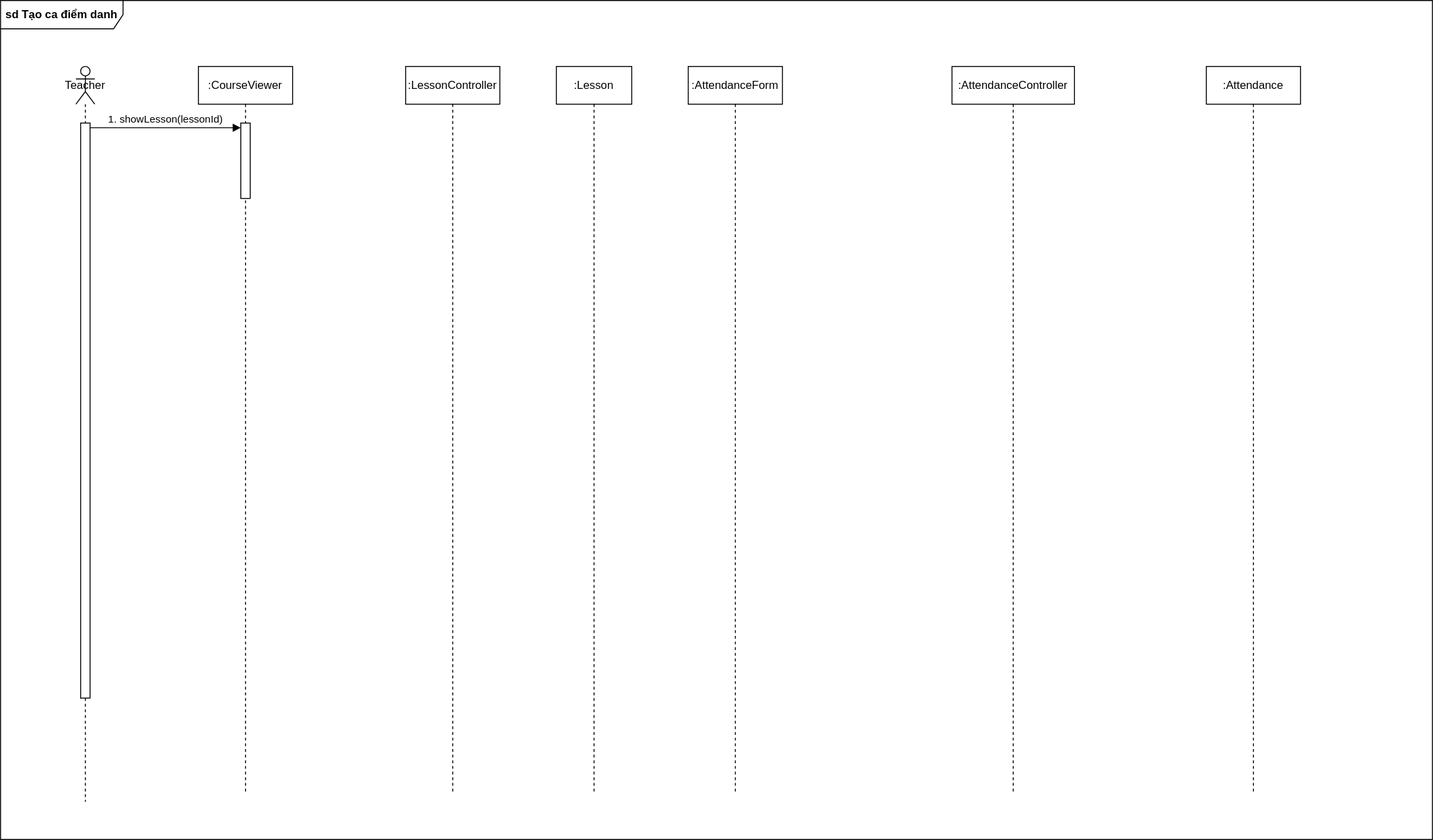
This is [W3] SequenceDiagram 5.drawio.svg from ntmly/ThuchanhphattrienhethongTTNT, a draw.io export, as it was before one commit. Source tidied: cells renumbered, new cells last; positions are measured from the earlier drawing's top-left corner, leaving out a move shared by most shapes.
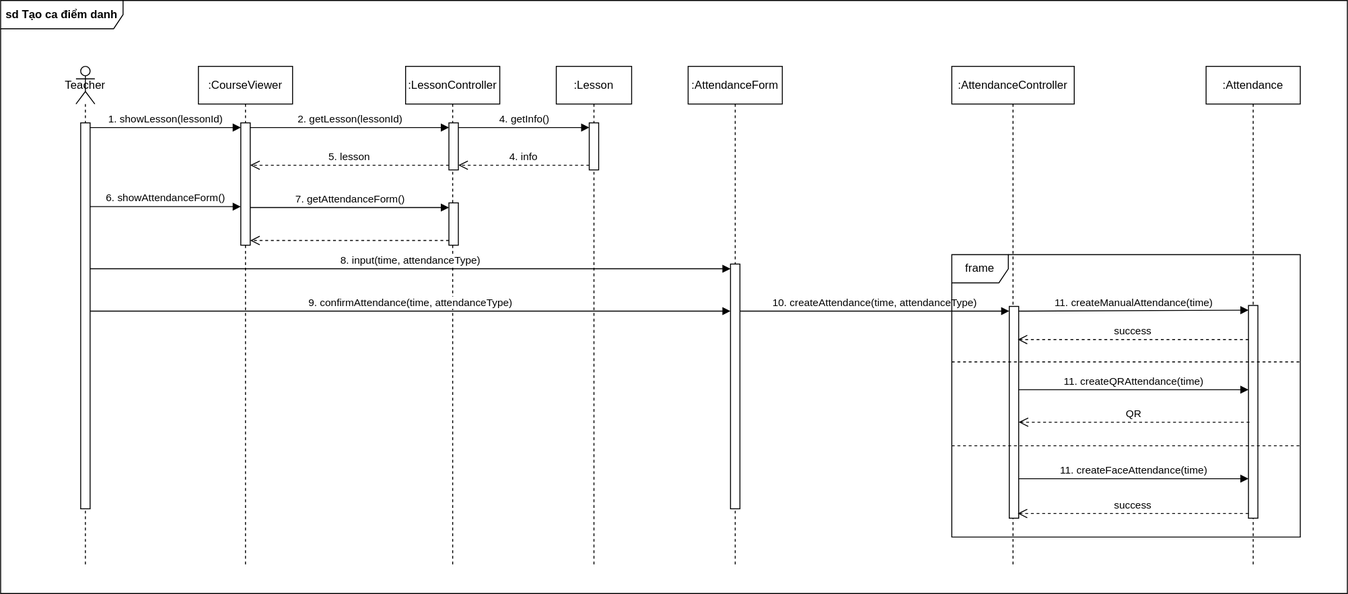
The same file after the commit.

Commit message:
Cập nhật [W3] SequenceDiagram 5.drawio.svg

What changed in the source:
```diff
@@ -3,37 +3,135 @@
     <mxCell id="0" />
     <mxCell id="1" parent="0" />
     <mxCell id="2" value="&lt;b&gt;sd Tạo ca điểm danh&lt;/b&gt;" style="shape=umlFrame;whiteSpace=wrap;html=1;width=130;height=30;" parent="1" vertex="1">
-      <mxGeometry width="1520" height="890" as="geometry" />
+      <mxGeometry width="1430" height="630" as="geometry" />
     </mxCell>
     <mxCell id="3" value="Teacher" style="shape=umlLifeline;perimeter=lifelinePerimeter;whiteSpace=wrap;html=1;newEdgeStyle={&quot;curved&quot;:0,&quot;rounded&quot;:0};participant=umlActor;" parent="1" vertex="1">
-      <mxGeometry x="80" y="70" width="20" height="780" as="geometry" />
+      <mxGeometry x="80" y="70" width="20" height="530" as="geometry" />
     </mxCell>
     <mxCell id="4" style="html=1;points=[[0,0,0,0,5],[0,1,0,0,-5],[1,0,0,0,5],[1,1,0,0,-5]];perimeter=orthogonalPerimeter;outlineConnect=0;targetShapes=umlLifeline;portConstraint=eastwest;newEdgeStyle={&quot;curved&quot;:0,&quot;rounded&quot;:0};" parent="3" vertex="1">
-      <mxGeometry x="5" y="60" width="10" height="610" as="geometry" />
+      <mxGeometry x="5" y="60" width="10" height="410" as="geometry" />
     </mxCell>
     <mxCell id="5" value=":CourseViewer" style="shape=umlLifeline;perimeter=lifelinePerimeter;whiteSpace=wrap;html=1;newEdgeStyle={&quot;curved&quot;:0,&quot;rounded&quot;:0};" parent="1" vertex="1">
-      <mxGeometry x="210" y="70" width="100" height="770" as="geometry" />
+      <mxGeometry x="210" y="70" width="100" height="530" as="geometry" />
     </mxCell>
     <mxCell id="6" style="html=1;points=[[0,0,0,0,5],[0,1,0,0,-5],[1,0,0,0,5],[1,1,0,0,-5]];perimeter=orthogonalPerimeter;outlineConnect=0;targetShapes=umlLifeline;portConstraint=eastwest;newEdgeStyle={&quot;curved&quot;:0,&quot;rounded&quot;:0};" parent="5" vertex="1">
-      <mxGeometry x="45" y="60" width="10" height="80" as="geometry" />
+      <mxGeometry x="45" y="60" width="10" height="130" as="geometry" />
     </mxCell>
     <mxCell id="7" value=":LessonController" style="shape=umlLifeline;perimeter=lifelinePerimeter;whiteSpace=wrap;html=1;newEdgeStyle={&quot;curved&quot;:0,&quot;rounded&quot;:0};" parent="1" vertex="1">
-      <mxGeometry x="430" y="70" width="100" height="770" as="geometry" />
+      <mxGeometry x="430" y="70" width="100" height="530" as="geometry" />
     </mxCell>
+    <mxCell id="13" style="html=1;points=[[0,0,0,0,5],[0,1,0,0,-5],[1,0,0,0,5],[1,1,0,0,-5]];perimeter=orthogonalPerimeter;outlineConnect=0;targetShapes=umlLifeline;portConstraint=eastwest;newEdgeStyle={&quot;curved&quot;:0,&quot;rounded&quot;:0};" parent="7" vertex="1">
+      <mxGeometry x="46" y="60" width="10" height="50" as="geometry" />
+    </mxCell>
+    <mxCell id="14" style="html=1;points=[[0,0,0,0,5],[0,1,0,0,-5],[1,0,0,0,5],[1,1,0,0,-5]];perimeter=orthogonalPerimeter;outlineConnect=0;targetShapes=umlLifeline;portConstraint=eastwest;newEdgeStyle={&quot;curved&quot;:0,&quot;rounded&quot;:0};" parent="7" vertex="1">
+      <mxGeometry x="46" y="145" width="10" height="45" as="geometry" />
+    </mxCell>
     <mxCell id="8" value=":Lesson" style="shape=umlLifeline;perimeter=lifelinePerimeter;whiteSpace=wrap;html=1;newEdgeStyle={&quot;curved&quot;:0,&quot;rounded&quot;:0};" parent="1" vertex="1">
-      <mxGeometry x="590" y="70" width="80" height="770" as="geometry" />
+      <mxGeometry x="590" y="70" width="80" height="530" as="geometry" />
     </mxCell>
+    <mxCell id="15" style="html=1;points=[[0,0,0,0,5],[0,1,0,0,-5],[1,0,0,0,5],[1,1,0,0,-5]];perimeter=orthogonalPerimeter;outlineConnect=0;targetShapes=umlLifeline;portConstraint=eastwest;newEdgeStyle={&quot;curved&quot;:0,&quot;rounded&quot;:0};" parent="8" vertex="1">
+      <mxGeometry x="35" y="60" width="10" height="50" as="geometry" />
+    </mxCell>
     <mxCell id="9" value=":AttendanceForm" style="shape=umlLifeline;perimeter=lifelinePerimeter;whiteSpace=wrap;html=1;newEdgeStyle={&quot;curved&quot;:0,&quot;rounded&quot;:0};" parent="1" vertex="1">
-      <mxGeometry x="730" y="70" width="100" height="770" as="geometry" />
+      <mxGeometry x="730" y="70" width="100" height="530" as="geometry" />
     </mxCell>
+    <mxCell id="16" style="html=1;points=[[0,0,0,0,5],[0,1,0,0,-5],[1,0,0,0,5],[1,1,0,0,-5]];perimeter=orthogonalPerimeter;outlineConnect=0;targetShapes=umlLifeline;portConstraint=eastwest;newEdgeStyle={&quot;curved&quot;:0,&quot;rounded&quot;:0};" parent="9" vertex="1">
+      <mxGeometry x="45" y="210" width="10" height="260" as="geometry" />
+    </mxCell>
     <mxCell id="10" value=":AttendanceController" style="shape=umlLifeline;perimeter=lifelinePerimeter;whiteSpace=wrap;html=1;newEdgeStyle={&quot;curved&quot;:0,&quot;rounded&quot;:0};" parent="1" vertex="1">
-      <mxGeometry x="1010" y="70" width="130" height="770" as="geometry" />
+      <mxGeometry x="1010" y="70" width="130" height="530" as="geometry" />
     </mxCell>
+    <mxCell id="17" style="html=1;points=[[0,0,0,0,5],[0,1,0,0,-5],[1,0,0,0,5],[1,1,0,0,-5]];perimeter=orthogonalPerimeter;outlineConnect=0;targetShapes=umlLifeline;portConstraint=eastwest;newEdgeStyle={&quot;curved&quot;:0,&quot;rounded&quot;:0};" parent="10" vertex="1">
+      <mxGeometry x="61" y="255" width="10" height="225" as="geometry" />
+    </mxCell>
     <mxCell id="11" value=":Attendance" style="shape=umlLifeline;perimeter=lifelinePerimeter;whiteSpace=wrap;html=1;newEdgeStyle={&quot;curved&quot;:0,&quot;rounded&quot;:0};" parent="1" vertex="1">
-      <mxGeometry x="1280" y="70" width="100" height="770" as="geometry" />
+      <mxGeometry x="1280" y="70" width="100" height="530" as="geometry" />
     </mxCell>
     <mxCell id="12" value="1. showLesson(lessonId)" style="html=1;verticalAlign=bottom;endArrow=block;curved=0;rounded=0;entryX=0;entryY=0;entryDx=0;entryDy=5;entryPerimeter=0;exitX=1;exitY=0;exitDx=0;exitDy=5;exitPerimeter=0;" parent="1" edge="1" source="4" target="6">
       <mxGeometry relative="1" as="geometry" />
     </mxCell>
+    <mxCell id="18" value="5. lesson" style="html=1;verticalAlign=bottom;endArrow=open;dashed=1;endSize=8;curved=0;rounded=0;exitX=0;exitY=1;exitDx=0;exitDy=-5;" parent="1" edge="1" source="13" target="6">
+      <mxGeometry relative="1" as="geometry" />
+    </mxCell>
+    <mxCell id="19" value="2. getLesson(lessonId)" style="html=1;verticalAlign=bottom;endArrow=block;curved=0;rounded=0;entryX=0;entryY=0;entryDx=0;entryDy=5;exitX=1;exitY=0;exitDx=0;exitDy=5;exitPerimeter=0;" parent="1" edge="1" source="6" target="13">
+      <mxGeometry relative="1" as="geometry" />
+    </mxCell>
+    <mxCell id="20" value="4. getInfo()" style="html=1;verticalAlign=bottom;endArrow=block;curved=0;rounded=0;exitX=1;exitY=0;exitDx=0;exitDy=5;exitPerimeter=0;entryX=0;entryY=0;entryDx=0;entryDy=5;entryPerimeter=0;" parent="1" edge="1" source="13" target="15">
+      <mxGeometry relative="1" as="geometry" />
+    </mxCell>
+    <mxCell id="21" value="4. info" style="html=1;verticalAlign=bottom;endArrow=open;dashed=1;endSize=8;curved=0;rounded=0;entryX=1;entryY=1;entryDx=0;entryDy=-5;entryPerimeter=0;exitX=0;exitY=1;exitDx=0;exitDy=-5;exitPerimeter=0;" parent="1" edge="1" source="15" target="13">
+      <mxGeometry relative="1" as="geometry" />
+    </mxCell>
+    <mxCell id="22" value="6. showAttendanceForm()" style="html=1;verticalAlign=bottom;endArrow=block;curved=0;rounded=0;" parent="1" edge="1">
+      <mxGeometry relative="1" as="geometry">
+        <mxPoint x="95" y="219" as="sourcePoint" />
+        <mxPoint x="255" y="219" as="targetPoint" />
+      </mxGeometry>
+    </mxCell>
+    <mxCell id="23" value="7. getAttendanceForm()" style="html=1;verticalAlign=bottom;endArrow=block;curved=0;rounded=0;entryX=0;entryY=0;entryDx=0;entryDy=5;" parent="1" edge="1" target="14">
+      <mxGeometry relative="1" as="geometry">
+        <mxPoint x="265" y="220" as="sourcePoint" />
+      </mxGeometry>
+    </mxCell>
+    <mxCell id="24" style="html=1;verticalAlign=bottom;endArrow=open;dashed=1;endSize=8;curved=0;rounded=0;exitX=0;exitY=1;exitDx=0;exitDy=-5;" parent="1" edge="1" source="14" target="6">
+      <mxGeometry relative="1" as="geometry" />
+    </mxCell>
+    <mxCell id="25" value="8. input(time, attendanceType)" style="html=1;verticalAlign=bottom;endArrow=block;curved=0;rounded=0;entryX=0;entryY=0;entryDx=0;entryDy=5;entryPerimeter=0;" parent="1" edge="1" source="4" target="16">
+      <mxGeometry relative="1" as="geometry" />
+    </mxCell>
+    <mxCell id="26" value="9. confirmAttendance(time, attendanceType)" style="html=1;verticalAlign=bottom;endArrow=block;curved=0;rounded=0;" parent="1" edge="1">
+      <mxGeometry relative="1" as="geometry">
+        <mxPoint x="95" y="330" as="sourcePoint" />
+        <mxPoint x="775" y="330" as="targetPoint" />
+      </mxGeometry>
+    </mxCell>
+    <mxCell id="27" value="10. createAttendance(time, attendanceType)" style="html=1;verticalAlign=bottom;endArrow=block;curved=0;rounded=0;entryX=0;entryY=0;entryDx=0;entryDy=5;entryPerimeter=0;" parent="1" edge="1" source="16" target="17">
+      <mxGeometry relative="1" as="geometry" />
+    </mxCell>
+    <mxCell id="28" value="frame" style="shape=umlFrame;whiteSpace=wrap;html=1;" parent="1" vertex="1">
+      <mxGeometry x="1010" y="270" width="370" height="300" as="geometry" />
+    </mxCell>
+    <mxCell id="29" style="html=1;points=[[0,0,0,0,5],[0,1,0,0,-5],[1,0,0,0,5],[1,1,0,0,-5]];perimeter=orthogonalPerimeter;outlineConnect=0;targetShapes=umlLifeline;portConstraint=eastwest;newEdgeStyle={&quot;curved&quot;:0,&quot;rounded&quot;:0};" parent="1" vertex="1">
+      <mxGeometry x="1325" y="324" width="10" height="226" as="geometry" />
+    </mxCell>
+    <mxCell id="30" value="11. createManualAttendance(time)" style="html=1;verticalAlign=bottom;endArrow=block;curved=0;rounded=0;exitX=1;exitY=0;exitDx=0;exitDy=5;exitPerimeter=0;entryX=0;entryY=0;entryDx=0;entryDy=5;entryPerimeter=0;" parent="1" edge="1" source="17" target="29">
+      <mxGeometry relative="1" as="geometry" />
+    </mxCell>
+    <mxCell id="31" value="success" style="html=1;verticalAlign=bottom;endArrow=open;dashed=1;endSize=8;curved=0;rounded=0;entryX=0.9;entryY=0.231;entryDx=0;entryDy=0;entryPerimeter=0;" parent="1" edge="1">
+      <mxGeometry relative="1" as="geometry">
+        <mxPoint x="1325" y="360.2" as="sourcePoint" />
+        <mxPoint x="1080" y="360.2" as="targetPoint" />
+      </mxGeometry>
+    </mxCell>
+    <mxCell id="32" value="11. createQRAttendance(time)" style="html=1;verticalAlign=bottom;endArrow=block;curved=0;rounded=0;" parent="1" edge="1">
+      <mxGeometry relative="1" as="geometry">
+        <mxPoint x="1081" y="413.5" as="sourcePoint" />
+        <mxPoint x="1325" y="413.5" as="targetPoint" />
+      </mxGeometry>
+    </mxCell>
+    <mxCell id="33" value="QR" style="html=1;verticalAlign=bottom;endArrow=open;dashed=1;endSize=8;curved=0;rounded=0;entryX=0.9;entryY=0.231;entryDx=0;entryDy=0;entryPerimeter=0;" parent="1" edge="1">
+      <mxGeometry relative="1" as="geometry">
+        <mxPoint x="1326" y="448" as="sourcePoint" />
+        <mxPoint x="1081" y="448" as="targetPoint" />
+      </mxGeometry>
+    </mxCell>
+    <mxCell id="34" value="11. createFaceAttendance(time)" style="html=1;verticalAlign=bottom;endArrow=block;curved=0;rounded=0;" parent="1" edge="1">
+      <mxGeometry relative="1" as="geometry">
+        <mxPoint x="1081" y="508" as="sourcePoint" />
+        <mxPoint x="1325" y="508" as="targetPoint" />
+      </mxGeometry>
+    </mxCell>
+    <mxCell id="35" value="success" style="html=1;verticalAlign=bottom;endArrow=open;dashed=1;endSize=8;curved=0;rounded=0;entryX=0.9;entryY=0.231;entryDx=0;entryDy=0;entryPerimeter=0;" parent="1" edge="1">
+      <mxGeometry relative="1" as="geometry">
+        <mxPoint x="1325" y="545" as="sourcePoint" />
+        <mxPoint x="1080" y="545" as="targetPoint" />
+      </mxGeometry>
+    </mxCell>
+    <mxCell id="36" style="line;strokeWidth=1;fillColor=none;align=left;verticalAlign=middle;spacingTop=-1;spacingLeft=3;spacingRight=3;labelPosition=right;strokeColor=inherit;dashed=1;" parent="1" vertex="1">
+      <mxGeometry x="1010" y="469" width="370" height="8" as="geometry" />
+    </mxCell>
+    <mxCell id="37" style="line;strokeWidth=1;fillColor=none;align=left;verticalAlign=middle;spacingTop=-1;spacingLeft=3;spacingRight=3;labelPosition=right;strokeColor=inherit;dashed=1;" parent="1" vertex="1">
+      <mxGeometry x="1010" y="380" width="370" height="8" as="geometry" />
+    </mxCell>
   </root>
 </mxGraphModel>
```
